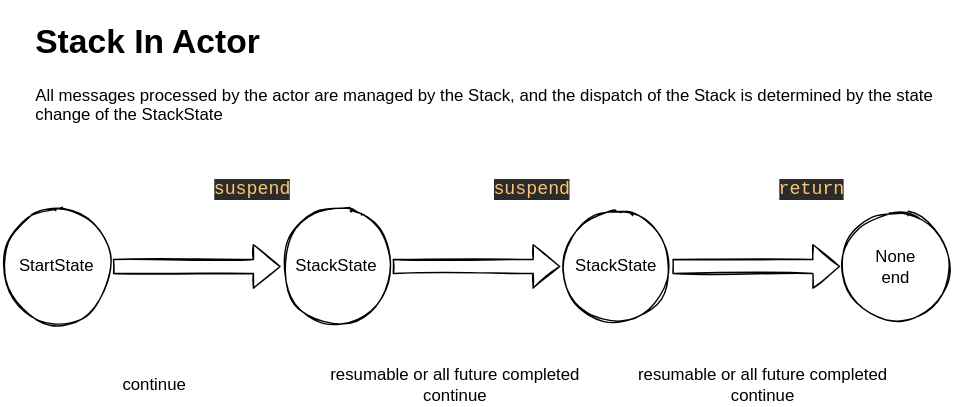
Above: docs/_assets/images/stack_resume.drawio.svg in otavia-projects/otavia (draw.io), before the change. Source tidied: cells renumbered, new cells last; positions are measured from the earlier drawing's top-left corner, leaving out a move shared by most shapes. The source it was exported from:
```xml
<mxGraphModel>
  <root>
    <mxCell id="0" />
    <mxCell id="1" parent="0" />
    <mxCell id="2" style="edgeStyle=orthogonalEdgeStyle;rounded=0;jettySize=auto;html=1;shape=flexArrow;sketch=1;" parent="1" edge="1" source="3" target="5">
      <mxGeometry relative="1" as="geometry" />
    </mxCell>
    <mxCell id="3" value="StartState" style="ellipse;whiteSpace=wrap;html=1;sketch=1;" parent="1" vertex="1">
      <mxGeometry y="140" width="80" height="80" as="geometry" />
    </mxCell>
    <mxCell id="4" style="edgeStyle=orthogonalEdgeStyle;shape=flexArrow;rounded=0;jettySize=auto;html=1;sketch=1;" parent="1" edge="1" source="5" target="8">
      <mxGeometry relative="1" as="geometry" />
    </mxCell>
    <mxCell id="5" value="StackState" style="ellipse;whiteSpace=wrap;html=1;sketch=1;" parent="1" vertex="1">
      <mxGeometry x="200" y="140" width="80" height="80" as="geometry" />
    </mxCell>
    <mxCell id="6" value="continue" style="text;html=1;strokeColor=none;fillColor=none;align=center;verticalAlign=middle;whiteSpace=wrap;rounded=0;sketch=1;" parent="1" vertex="1">
      <mxGeometry x="80" y="250" width="60" height="30" as="geometry" />
    </mxCell>
    <mxCell id="7" style="edgeStyle=orthogonalEdgeStyle;shape=flexArrow;rounded=0;jettySize=auto;html=1;sketch=1;" parent="1" edge="1" source="8" target="10">
      <mxGeometry relative="1" as="geometry" />
    </mxCell>
    <mxCell id="8" value="StackState" style="ellipse;whiteSpace=wrap;html=1;sketch=1;" parent="1" vertex="1">
      <mxGeometry x="400" y="140" width="80" height="80" as="geometry" />
    </mxCell>
    <mxCell id="9" value="&lt;div style=&quot;background-color: rgb(43, 43, 43); color: rgb(169, 183, 198); font-family: &amp;quot;JetBrains Mono&amp;quot;, monospace; font-size: 9.8pt;&quot;&gt;&lt;span style=&quot;color:#ffc66d;&quot;&gt;suspend&lt;/span&gt;&lt;/div&gt;" style="text;html=1;strokeColor=none;fillColor=none;align=center;verticalAlign=middle;whiteSpace=wrap;rounded=0;sketch=1;" parent="1" vertex="1">
      <mxGeometry x="150" y="110" width="60" height="30" as="geometry" />
    </mxCell>
    <mxCell id="10" value="None&lt;br&gt;end" style="ellipse;whiteSpace=wrap;html=1;sketch=1;" parent="1" vertex="1">
      <mxGeometry x="600" y="140" width="80" height="80" as="geometry" />
    </mxCell>
    <mxCell id="11" value="resumable or all future completed&lt;br&gt;continue" style="text;html=1;strokeColor=none;fillColor=none;align=center;verticalAlign=middle;whiteSpace=wrap;rounded=0;sketch=1;" parent="1" vertex="1">
      <mxGeometry x="230" y="250" width="190" height="30" as="geometry" />
    </mxCell>
    <mxCell id="12" value="&lt;div style=&quot;background-color: rgb(43, 43, 43); color: rgb(169, 183, 198); font-family: &amp;quot;JetBrains Mono&amp;quot;, monospace; font-size: 9.8pt;&quot;&gt;&lt;span style=&quot;color:#ffc66d;&quot;&gt;suspend&lt;/span&gt;&lt;/div&gt;" style="text;html=1;strokeColor=none;fillColor=none;align=center;verticalAlign=middle;whiteSpace=wrap;rounded=0;sketch=1;" parent="1" vertex="1">
      <mxGeometry x="350" y="110" width="60" height="30" as="geometry" />
    </mxCell>
    <mxCell id="13" value="&lt;div style=&quot;background-color: rgb(43, 43, 43); color: rgb(169, 183, 198); font-family: &amp;quot;JetBrains Mono&amp;quot;, monospace; font-size: 9.8pt;&quot;&gt;&lt;div style=&quot;font-size: 9.8pt;&quot;&gt;&lt;span style=&quot;color:#ffc66d;&quot;&gt;return&lt;/span&gt;&lt;/div&gt;&lt;/div&gt;" style="text;html=1;strokeColor=none;fillColor=none;align=center;verticalAlign=middle;whiteSpace=wrap;rounded=0;sketch=1;" parent="1" vertex="1">
      <mxGeometry x="550" y="110" width="60" height="30" as="geometry" />
    </mxCell>
    <mxCell id="14" value="resumable or all future completed&lt;br&gt;continue" style="text;html=1;strokeColor=none;fillColor=none;align=center;verticalAlign=middle;whiteSpace=wrap;rounded=0;sketch=1;" parent="1" vertex="1">
      <mxGeometry x="450" y="250" width="190" height="30" as="geometry" />
    </mxCell>
    <mxCell id="15" value="&lt;h1&gt;Stack In Actor&lt;/h1&gt;&lt;p&gt;All messages processed by the actor are managed by the Stack,&amp;nbsp;and the dispatch of the Stack is determined by the state change of the StackState&lt;/p&gt;" style="text;html=1;strokeColor=none;fillColor=none;spacing=5;spacingTop=-20;whiteSpace=wrap;overflow=hidden;rounded=0;sketch=1;" parent="1" vertex="1">
      <mxGeometry x="20" width="660" height="80" as="geometry" />
    </mxCell>
  </root>
</mxGraphModel>
```
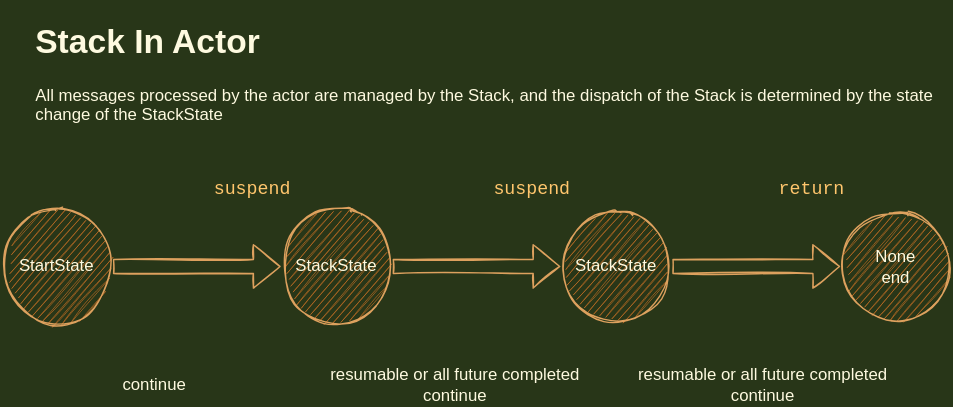
Above is the later version.

What changed in the source:
```diff
@@ -1,47 +1,47 @@
-<mxGraphModel>
+<mxGraphModel background="#283618">
   <root>
     <mxCell id="0" />
     <mxCell id="1" parent="0" />
-    <mxCell id="2" style="edgeStyle=orthogonalEdgeStyle;rounded=0;jettySize=auto;html=1;shape=flexArrow;sketch=1;" parent="1" edge="1" source="3" target="5">
+    <mxCell id="2" style="edgeStyle=orthogonalEdgeStyle;rounded=0;jettySize=auto;html=1;shape=flexArrow;sketch=1;labelBackgroundColor=#283618;strokeColor=#DDA15E;fontColor=#FEFAE0;" parent="1" edge="1" source="3" target="5">
       <mxGeometry relative="1" as="geometry" />
     </mxCell>
-    <mxCell id="3" value="StartState" style="ellipse;whiteSpace=wrap;html=1;sketch=1;" parent="1" vertex="1">
+    <mxCell id="3" value="StartState" style="ellipse;whiteSpace=wrap;html=1;sketch=1;fillColor=#BC6C25;strokeColor=#DDA15E;fontColor=#FEFAE0;" parent="1" vertex="1">
       <mxGeometry y="140" width="80" height="80" as="geometry" />
     </mxCell>
-    <mxCell id="4" style="edgeStyle=orthogonalEdgeStyle;shape=flexArrow;rounded=0;jettySize=auto;html=1;sketch=1;" parent="1" edge="1" source="5" target="8">
+    <mxCell id="4" style="edgeStyle=orthogonalEdgeStyle;shape=flexArrow;rounded=0;jettySize=auto;html=1;sketch=1;labelBackgroundColor=#283618;strokeColor=#DDA15E;fontColor=#FEFAE0;" parent="1" edge="1" source="5" target="8">
       <mxGeometry relative="1" as="geometry" />
     </mxCell>
-    <mxCell id="5" value="StackState" style="ellipse;whiteSpace=wrap;html=1;sketch=1;" parent="1" vertex="1">
+    <mxCell id="5" value="StackState" style="ellipse;whiteSpace=wrap;html=1;sketch=1;fillColor=#BC6C25;strokeColor=#DDA15E;fontColor=#FEFAE0;" parent="1" vertex="1">
       <mxGeometry x="200" y="140" width="80" height="80" as="geometry" />
     </mxCell>
-    <mxCell id="6" value="continue" style="text;html=1;strokeColor=none;fillColor=none;align=center;verticalAlign=middle;whiteSpace=wrap;rounded=0;sketch=1;" parent="1" vertex="1">
+    <mxCell id="6" value="continue" style="text;html=1;strokeColor=none;fillColor=none;align=center;verticalAlign=middle;whiteSpace=wrap;rounded=0;sketch=1;fontColor=#FEFAE0;" parent="1" vertex="1">
       <mxGeometry x="80" y="250" width="60" height="30" as="geometry" />
     </mxCell>
-    <mxCell id="7" style="edgeStyle=orthogonalEdgeStyle;shape=flexArrow;rounded=0;jettySize=auto;html=1;sketch=1;" parent="1" edge="1" source="8" target="10">
+    <mxCell id="7" style="edgeStyle=orthogonalEdgeStyle;shape=flexArrow;rounded=0;jettySize=auto;html=1;sketch=1;labelBackgroundColor=#283618;strokeColor=#DDA15E;fontColor=#FEFAE0;" parent="1" edge="1" source="8" target="10">
       <mxGeometry relative="1" as="geometry" />
     </mxCell>
-    <mxCell id="8" value="StackState" style="ellipse;whiteSpace=wrap;html=1;sketch=1;" parent="1" vertex="1">
+    <mxCell id="8" value="StackState" style="ellipse;whiteSpace=wrap;html=1;sketch=1;fillColor=#BC6C25;strokeColor=#DDA15E;fontColor=#FEFAE0;" parent="1" vertex="1">
       <mxGeometry x="400" y="140" width="80" height="80" as="geometry" />
     </mxCell>
-    <mxCell id="9" value="&lt;div style=&quot;background-color: rgb(43, 43, 43); color: rgb(169, 183, 198); font-family: &amp;quot;JetBrains Mono&amp;quot;, monospace; font-size: 9.8pt;&quot;&gt;&lt;span style=&quot;color:#ffc66d;&quot;&gt;suspend&lt;/span&gt;&lt;/div&gt;" style="text;html=1;strokeColor=none;fillColor=none;align=center;verticalAlign=middle;whiteSpace=wrap;rounded=0;sketch=1;" parent="1" vertex="1">
+    <mxCell id="9" value="&lt;div style=&quot;color: rgb(169, 183, 198); font-family: &amp;quot;JetBrains Mono&amp;quot;, monospace; font-size: 9.8pt;&quot;&gt;&lt;span style=&quot;color: rgb(255, 198, 109);&quot;&gt;suspend&lt;/span&gt;&lt;/div&gt;" style="text;html=1;strokeColor=none;fillColor=none;align=center;verticalAlign=middle;whiteSpace=wrap;rounded=0;sketch=1;fontColor=#FEFAE0;" parent="1" vertex="1">
       <mxGeometry x="150" y="110" width="60" height="30" as="geometry" />
     </mxCell>
-    <mxCell id="10" value="None&lt;br&gt;end" style="ellipse;whiteSpace=wrap;html=1;sketch=1;" parent="1" vertex="1">
+    <mxCell id="10" value="None&lt;br&gt;end" style="ellipse;whiteSpace=wrap;html=1;sketch=1;fillColor=#BC6C25;strokeColor=#DDA15E;fontColor=#FEFAE0;" parent="1" vertex="1">
       <mxGeometry x="600" y="140" width="80" height="80" as="geometry" />
     </mxCell>
-    <mxCell id="11" value="resumable or all future completed&lt;br&gt;continue" style="text;html=1;strokeColor=none;fillColor=none;align=center;verticalAlign=middle;whiteSpace=wrap;rounded=0;sketch=1;" parent="1" vertex="1">
+    <mxCell id="11" value="resumable or all future completed&lt;br&gt;continue" style="text;html=1;strokeColor=none;fillColor=none;align=center;verticalAlign=middle;whiteSpace=wrap;rounded=0;sketch=1;fontColor=#FEFAE0;" parent="1" vertex="1">
       <mxGeometry x="230" y="250" width="190" height="30" as="geometry" />
     </mxCell>
-    <mxCell id="12" value="&lt;div style=&quot;background-color: rgb(43, 43, 43); color: rgb(169, 183, 198); font-family: &amp;quot;JetBrains Mono&amp;quot;, monospace; font-size: 9.8pt;&quot;&gt;&lt;span style=&quot;color:#ffc66d;&quot;&gt;suspend&lt;/span&gt;&lt;/div&gt;" style="text;html=1;strokeColor=none;fillColor=none;align=center;verticalAlign=middle;whiteSpace=wrap;rounded=0;sketch=1;" parent="1" vertex="1">
+    <mxCell id="12" value="&lt;div style=&quot;color: rgb(169, 183, 198); font-family: &amp;quot;JetBrains Mono&amp;quot;, monospace; font-size: 9.8pt;&quot;&gt;&lt;span style=&quot;color: rgb(255, 198, 109);&quot;&gt;suspend&lt;/span&gt;&lt;/div&gt;" style="text;html=1;strokeColor=none;fillColor=none;align=center;verticalAlign=middle;whiteSpace=wrap;rounded=0;sketch=1;fontColor=#FEFAE0;" parent="1" vertex="1">
       <mxGeometry x="350" y="110" width="60" height="30" as="geometry" />
     </mxCell>
-    <mxCell id="13" value="&lt;div style=&quot;background-color: rgb(43, 43, 43); color: rgb(169, 183, 198); font-family: &amp;quot;JetBrains Mono&amp;quot;, monospace; font-size: 9.8pt;&quot;&gt;&lt;div style=&quot;font-size: 9.8pt;&quot;&gt;&lt;span style=&quot;color:#ffc66d;&quot;&gt;return&lt;/span&gt;&lt;/div&gt;&lt;/div&gt;" style="text;html=1;strokeColor=none;fillColor=none;align=center;verticalAlign=middle;whiteSpace=wrap;rounded=0;sketch=1;" parent="1" vertex="1">
+    <mxCell id="13" value="&lt;div style=&quot;color: rgb(169, 183, 198); font-family: &amp;quot;JetBrains Mono&amp;quot;, monospace; font-size: 9.8pt;&quot;&gt;&lt;div style=&quot;font-size: 9.8pt;&quot;&gt;&lt;span style=&quot;color: rgb(255, 198, 109);&quot;&gt;return&lt;/span&gt;&lt;/div&gt;&lt;/div&gt;" style="text;html=1;strokeColor=none;fillColor=none;align=center;verticalAlign=middle;whiteSpace=wrap;rounded=0;sketch=1;fontColor=#FEFAE0;" parent="1" vertex="1">
       <mxGeometry x="550" y="110" width="60" height="30" as="geometry" />
     </mxCell>
-    <mxCell id="14" value="resumable or all future completed&lt;br&gt;continue" style="text;html=1;strokeColor=none;fillColor=none;align=center;verticalAlign=middle;whiteSpace=wrap;rounded=0;sketch=1;" parent="1" vertex="1">
+    <mxCell id="14" value="resumable or all future completed&lt;br&gt;continue" style="text;html=1;strokeColor=none;fillColor=none;align=center;verticalAlign=middle;whiteSpace=wrap;rounded=0;sketch=1;fontColor=#FEFAE0;" parent="1" vertex="1">
       <mxGeometry x="450" y="250" width="190" height="30" as="geometry" />
     </mxCell>
-    <mxCell id="15" value="&lt;h1&gt;Stack In Actor&lt;/h1&gt;&lt;p&gt;All messages processed by the actor are managed by the Stack,&amp;nbsp;and the dispatch of the Stack is determined by the state change of the StackState&lt;/p&gt;" style="text;html=1;strokeColor=none;fillColor=none;spacing=5;spacingTop=-20;whiteSpace=wrap;overflow=hidden;rounded=0;sketch=1;" parent="1" vertex="1">
+    <mxCell id="15" value="&lt;h1&gt;Stack In Actor&lt;/h1&gt;&lt;p&gt;All messages processed by the actor are managed by the Stack,&amp;nbsp;and the dispatch of the Stack is determined by the state change of the StackState&lt;/p&gt;" style="text;html=1;strokeColor=none;fillColor=none;spacing=5;spacingTop=-20;whiteSpace=wrap;overflow=hidden;rounded=0;sketch=1;fontColor=#FEFAE0;" parent="1" vertex="1">
       <mxGeometry x="20" width="660" height="80" as="geometry" />
     </mxCell>
   </root>
```
